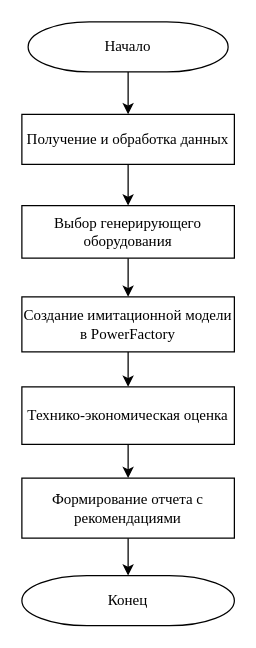
Randyrofed/CMM keeps this draw.io diagram as page "Page-2" (2 of 2) of Untitled Diagram.drawio. Above is the earlier version. Source tidied: cells renumbered, new cells numbered last; positions are measured from the earlier drawing's top-left corner, leaving out a move shared by most shapes. Both pictures are drawn from the tidied source at 125%, with x=0, y=0 at pixel (21, 21).
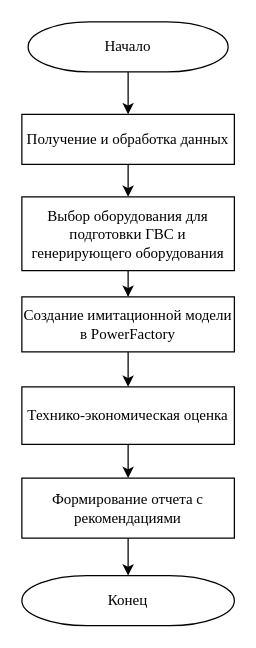
The same diagram, later.

Change to the diagram source:
```diff
@@
 <mxGraphModel>
   <root>
     <mxCell id="0" />
     <mxCell id="1" parent="0" />
     <mxCell id="2" style="edgeStyle=orthogonalEdgeStyle;rounded=0;jettySize=auto;html=1;entryX=0.5;entryY=0;entryDx=0;entryDy=0;fontFamily=Times New Roman;" parent="1" edge="1" source="3" target="5">
       <mxGeometry relative="1" as="geometry" />
     </mxCell>
     <mxCell id="3" value="Создание имитационной модели в PowerFactory" style="rounded=0;whiteSpace=wrap;html=1;fontFamily=Times New Roman;" parent="1" vertex="1">
       <mxGeometry y="220" width="170" height="44" as="geometry" />
     </mxCell>
     <mxCell id="4" style="edgeStyle=orthogonalEdgeStyle;rounded=0;jettySize=auto;html=1;fontFamily=Times New Roman;" parent="1" edge="1" source="5" target="7">
       <mxGeometry relative="1" as="geometry" />
     </mxCell>
     <mxCell id="5" value="Технико-экономическая оценка" style="rounded=0;whiteSpace=wrap;html=1;fontFamily=Times New Roman;" parent="1" vertex="1">
       <mxGeometry y="292" width="170" height="46" as="geometry" />
     </mxCell>
     <mxCell id="6" style="edgeStyle=orthogonalEdgeStyle;rounded=0;jettySize=auto;html=1;fontFamily=Times New Roman;" parent="1" edge="1" source="7" target="8">
       <mxGeometry relative="1" as="geometry" />
     </mxCell>
     <mxCell id="7" value="Формирование отчета с рекомендациями" style="rounded=0;whiteSpace=wrap;html=1;fontFamily=Times New Roman;" parent="1" vertex="1">
       <mxGeometry y="365" width="170" height="48" as="geometry" />
     </mxCell>
     <mxCell id="8" value="Конец" style="strokeWidth=1;html=1;shape=mxgraph.flowchart.terminator;whiteSpace=wrap;fontFamily=Times New Roman;" parent="1" vertex="1">
       <mxGeometry y="443" width="170" height="40" as="geometry" />
     </mxCell>
     <mxCell id="9" style="edgeStyle=orthogonalEdgeStyle;rounded=0;jettySize=auto;html=1;entryX=0.5;entryY=0;entryDx=0;entryDy=0;fontFamily=Times New Roman;" parent="1" edge="1" source="10" target="12">
       <mxGeometry relative="1" as="geometry" />
     </mxCell>
     <mxCell id="10" value="Начало" style="strokeWidth=1;html=1;shape=mxgraph.flowchart.terminator;whiteSpace=wrap;fontFamily=Times New Roman;" parent="1" vertex="1">
       <mxGeometry x="5" width="160" height="40" as="geometry" />
     </mxCell>
     <mxCell id="11" style="edgeStyle=orthogonalEdgeStyle;rounded=0;jettySize=auto;html=1;entryX=0.5;entryY=0;entryDx=0;entryDy=0;fontFamily=Times New Roman;" parent="1" edge="1" source="12" target="14">
       <mxGeometry relative="1" as="geometry" />
     </mxCell>
     <mxCell id="12" value="Получение и обработка данных" style="rounded=0;whiteSpace=wrap;html=1;fontFamily=Times New Roman;" parent="1" vertex="1">
       <mxGeometry y="74" width="170" height="40" as="geometry" />
     </mxCell>
     <mxCell id="13" style="edgeStyle=orthogonalEdgeStyle;rounded=0;jettySize=auto;html=1;entryX=0.5;entryY=0;entryDx=0;entryDy=0;endArrow=classic;endFill=1;fontFamily=Times New Roman;" parent="1" edge="1" source="14" target="3">
       <mxGeometry relative="1" as="geometry" />
     </mxCell>
-    <mxCell id="14" value="Выбор генерирующего оборудования" style="rounded=0;whiteSpace=wrap;html=1;fontFamily=Times New Roman;" parent="1" vertex="1">
-      <mxGeometry y="147" width="170" height="42" as="geometry" />
+    <mxCell id="14" value="Выбор оборудования для подготовки ГВС и генерирующего оборудования" style="rounded=0;whiteSpace=wrap;html=1;fontFamily=Times New Roman;" parent="1" vertex="1">
+      <mxGeometry y="140" width="170" height="59" as="geometry" />
     </mxCell>
   </root>
 </mxGraphModel>
```
